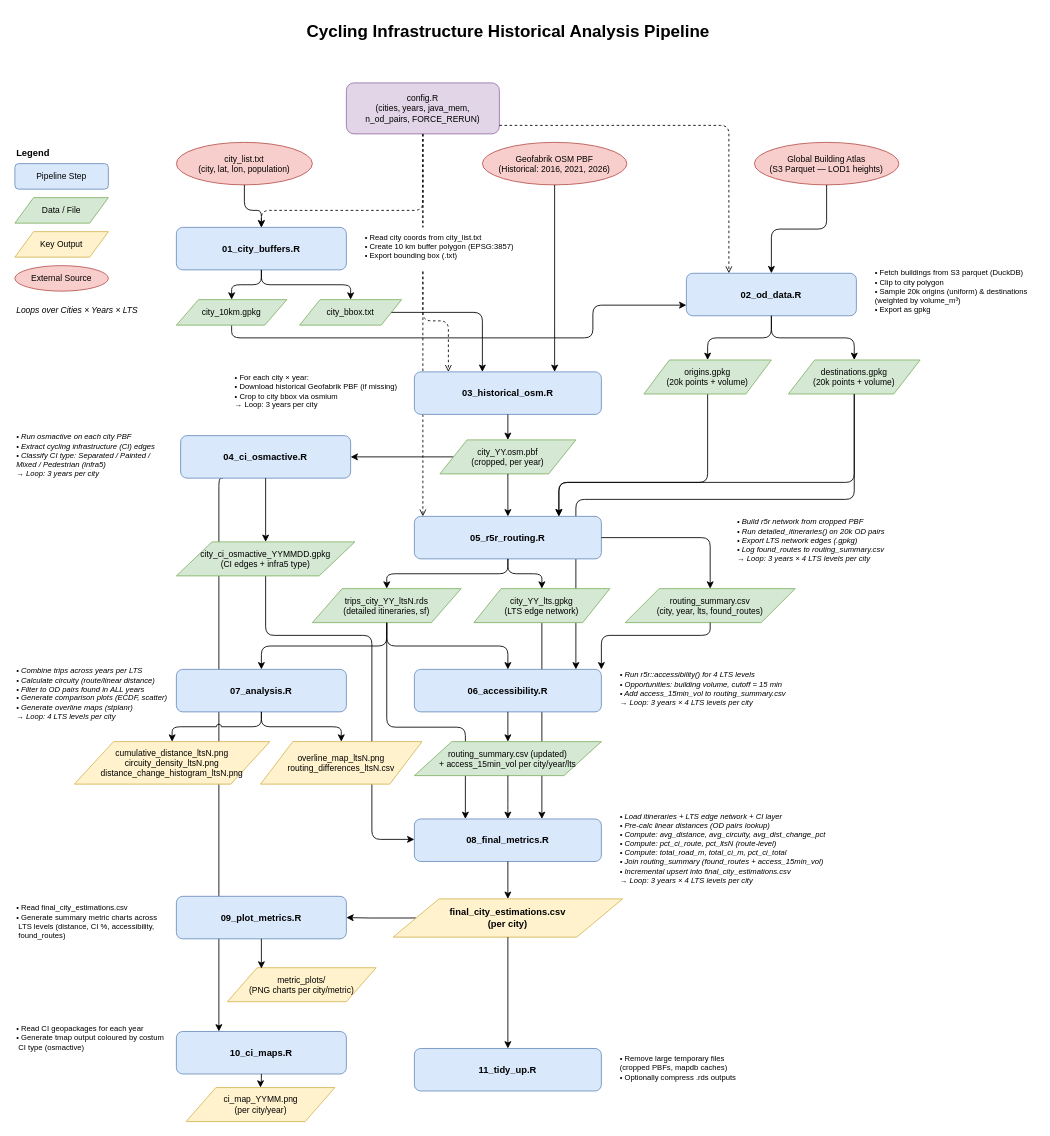
Above: docs/Sydney flowchart(6).drawio in temospena/Sydney (draw.io), before the change. Source tidied: cells renumbered, new cells numbered last; positions are measured from the earlier drawing's top-left corner, leaving out a move shared by most shapes. Both pictures are drawn from the tidied source at 85%, with x=0, y=0 at pixel (14, 14).
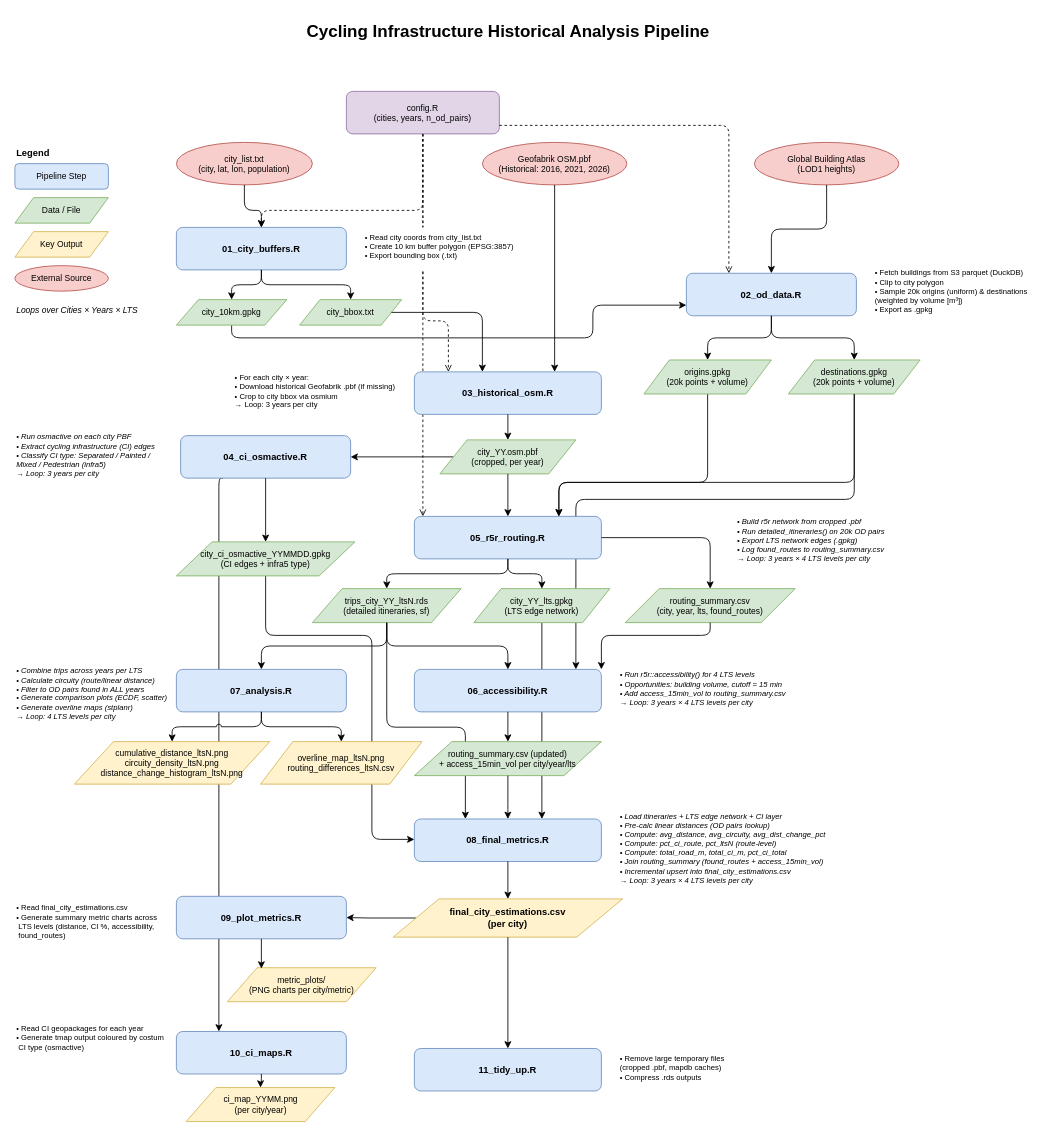
Above is the later version.

Diff of the diagram source:
```diff
@@
-    <mxCell id="19" value="Geofabrik OSM PBF&#10;(Historical: 2016, 2021, 2026)" style="ellipse;whiteSpace=wrap;html=1;fillColor=#f8cecc;strokeColor=#b85450;fontSize=10;" parent="1" vertex="1">
+    <mxCell id="19" value="Geofabrik OSM.pbf&lt;br&gt;(Historical: 2016, 2021, 2026)" style="ellipse;whiteSpace=wrap;html=1;fillColor=#f8cecc;strokeColor=#b85450;fontSize=10;" parent="1" vertex="1">
       <mxGeometry x="550" y="150" width="170" height="50" as="geometry" />
     </mxCell>
-    <mxCell id="20" value="Global Building Atlas&#10;(S3 Parquet — LOD1 heights)" style="ellipse;whiteSpace=wrap;html=1;fillColor=#f8cecc;strokeColor=#b85450;fontSize=10;" parent="1" vertex="1">
+    <mxCell id="20" value="Global Building Atlas&lt;br&gt;(LOD1 heights)" style="ellipse;whiteSpace=wrap;html=1;fillColor=#f8cecc;strokeColor=#b85450;fontSize=10;" parent="1" vertex="1">
       <mxGeometry x="870" y="150" width="170" height="50" as="geometry" />
     </mxCell>
@@
-    <mxCell id="28" value="• Fetch buildings from S3 parquet (DuckDB)&lt;br&gt;• Clip to city polygon&lt;br&gt;• Sample 20k origins (uniform) &amp;amp; destinations&lt;br&gt;  (weighted by volume_m³)&lt;br&gt;• Export as gpkg" style="text;html=1;fontSize=9;align=left;" parent="1" vertex="1">
+    <mxCell id="28" value="• Fetch buildings from S3 parquet (DuckDB)&lt;br&gt;• Clip to city polygon&lt;br&gt;• Sample 20k origins (uniform) &amp;amp; destinations&lt;br&gt;  (weighted by volume [m³])&lt;br&gt;• Export as .gpkg" style="text;html=1;fontSize=9;align=left;" parent="1" vertex="1">
       <mxGeometry x="1010" y="292" width="190" height="74" as="geometry" />
     </mxCell>
@@
-    <mxCell id="45" value="• Build r5r network from cropped PBF&#10;• Run detailed_itineraries() on 20k OD pairs&#10;• Export LTS network edges (.gpkg)&#10;• Log found_routes to routing_summary.csv&#10;→ Loop: 3 years × 4 LTS levels per city" style="text;html=1;fontSize=9;align=left;fontStyle=2;" parent="1" vertex="1">
+    <mxCell id="45" value="• Build r5r network from cropped .pbf&lt;br&gt;• Run detailed_itineraries() on 20k OD pairs&lt;br&gt;• Export LTS network edges (.gpkg)&lt;br&gt;• Log found_routes to routing_summary.csv&lt;br&gt;→ Loop: 3 years × 4 LTS levels per city" style="text;html=1;fontSize=9;align=left;fontStyle=2;" parent="1" vertex="1">
       <mxGeometry x="847.5" y="585" width="280" height="70" as="geometry" />
     </mxCell>
@@
-    <mxCell id="82" value="• Remove large temporary files&#10;  (cropped PBFs, mapdb caches)&#10;• Optionally compress .rds outputs" style="text;html=1;fontSize=9;align=left;" parent="1" vertex="1">
+    <mxCell id="82" value="• Remove large temporary files&lt;br&gt;  (cropped .pbf, mapdb caches)&lt;br&gt;• Compress .rds outputs" style="text;html=1;fontSize=9;align=left;" parent="1" vertex="1">
       <mxGeometry x="710" y="1216" width="200" height="50" as="geometry" />
     </mxCell>
@@
-    <mxCell id="84" value="config.R&#10;(cities, years, java_mem,&#10;n_od_pairs, FORCE_RERUN)" style="rounded=1;whiteSpace=wrap;html=1;fillColor=#e1d5e7;strokeColor=#9673a6;fontSize=10;" parent="1" vertex="1">
-      <mxGeometry x="390" y="80" width="180" height="60" as="geometry" />
+    <mxCell id="84" value="config.R&lt;br&gt;(cities, years, n_od_pairs)" style="rounded=1;whiteSpace=wrap;html=1;fillColor=#e1d5e7;strokeColor=#9673a6;fontSize=10;" parent="1" vertex="1">
+      <mxGeometry x="390" y="90" width="180" height="50" as="geometry" />
     </mxCell>
@@
-    <mxCell id="87" value="• For each city × year:&#10;• Download historical Geofabrik PBF (if missing)&#10;• Crop to city bbox via osmium&#10;→ Loop: 3 years per city" style="text;html=1;fontSize=9;align=left;labelBackgroundColor=default;" parent="1" vertex="1">
+    <mxCell id="87" value="• For each city × year:&lt;br&gt;• Download historical Geofabrik .pbf (if missing)&lt;br&gt;• Crop to city bbox via osmium&lt;br&gt;→ Loop: 3 years per city" style="text;html=1;fontSize=9;align=left;labelBackgroundColor=default;" parent="1" vertex="1">
       <mxGeometry x="257" y="415" width="260" height="60" as="geometry" />
     </mxCell>
```
